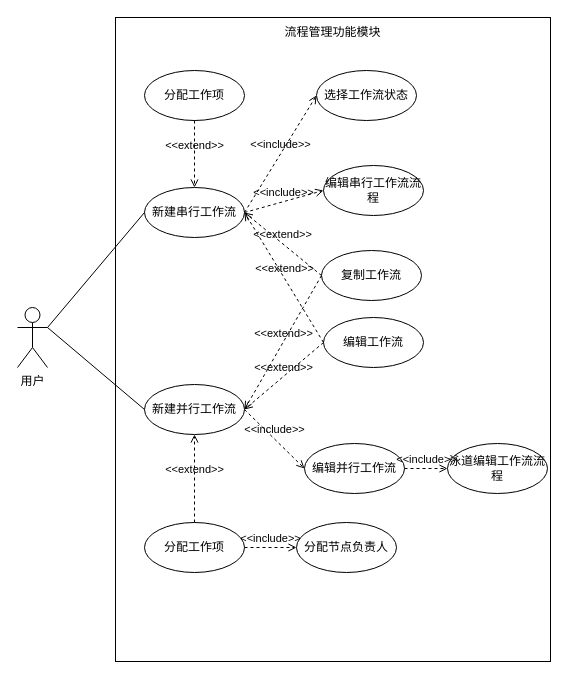
qf2020/drawio keeps this draw.io diagram as 流程管理模块用例图.drawio. Above is the earlier version. Source tidied: cells renumbered, new cells numbered last; positions are measured from the earlier drawing's top-left corner, leaving out a move shared by most shapes. Both pictures are drawn from the tidied source at 100%, with x=0, y=0 at pixel (17, 17).
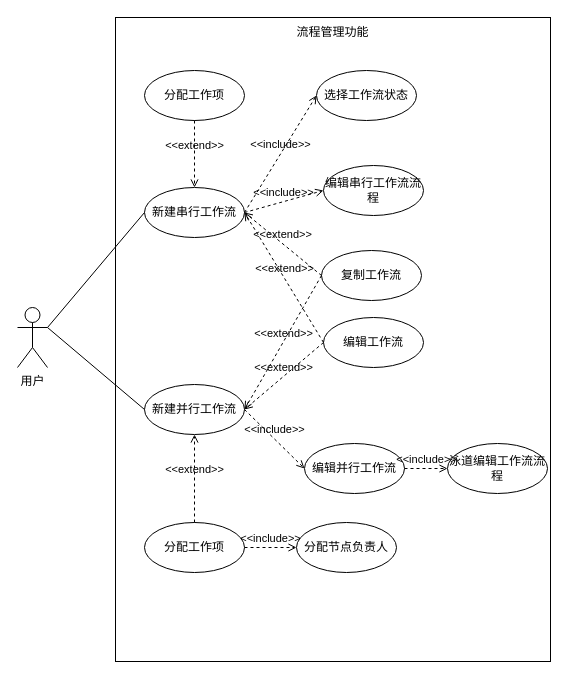
The same diagram, later.

Commit message:
更新流程管理模块用例图.drawio

Change to the diagram source:
```diff
@@
-    <mxCell id="4" value="流程管理功能模块" style="text;html=1;align=center;verticalAlign=middle;whiteSpace=wrap;rounded=0;" parent="1" vertex="1">
+    <mxCell id="4" value="流程管理功能" style="text;html=1;align=center;verticalAlign=middle;whiteSpace=wrap;rounded=0;" parent="1" vertex="1">
       <mxGeometry x="266" width="99" height="30" as="geometry" />
     </mxCell>
```
